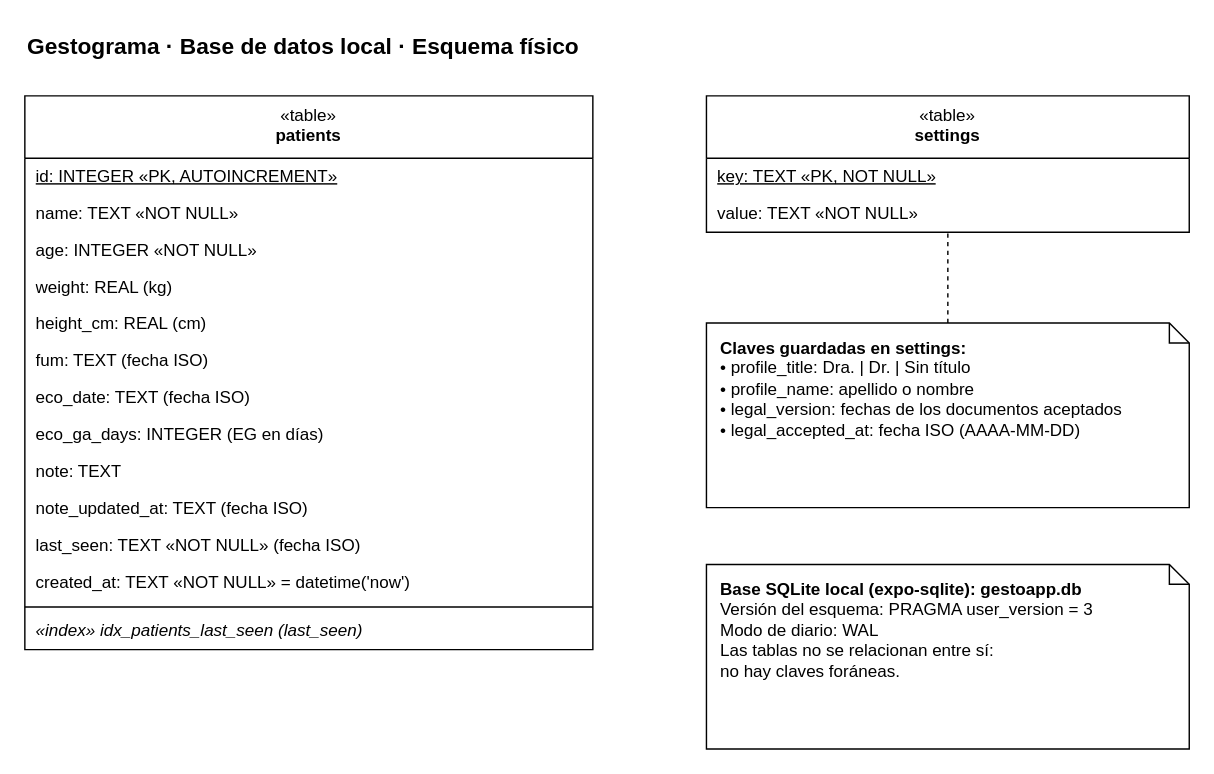
This is page "Esquema físico" (1 of 2) of docs/base-de-datos.drawio from bautistaribotta/gestoapp, a draw.io file, before an edit. Source tidied: cells renumbered, new cells numbered last; positions are measured from the earlier drawing's top-left corner, leaving out a move shared by most shapes. Both pictures are drawn from the tidied source at 142%, with x=0, y=0 at pixel (24, 24).
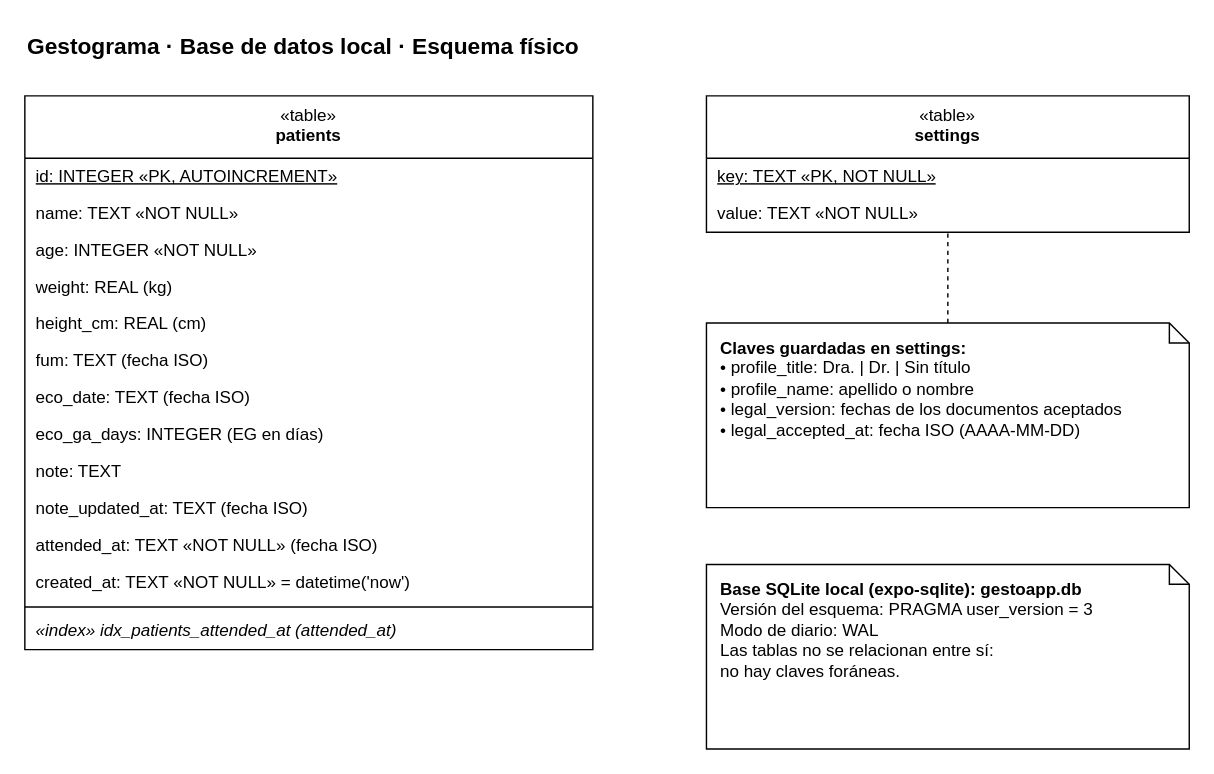
The same page after the edit.

Commit message (it also covers changes not shown here):
Renombro last_seen a attended_at: la fecha en que se atendió a la paciente

The change refers to these unchanged cells:
```xml
<mxCell id="3" value="«table»&lt;br&gt;&lt;b&gt;patients&lt;/b&gt;" style="swimlane;fontStyle=0;align=center;verticalAlign=top;horizontal=1;startSize=44;html=1;whiteSpace=wrap;" parent="1" vertex="1">
  <mxGeometry y="50" width="400" height="390" as="geometry" />
</mxCell>
```

Diff of the diagram source:
```diff
@@
-    <mxCell id="14" value="last_seen: TEXT «NOT NULL»  (fecha ISO)" style="text;strokeColor=none;fillColor=none;align=left;verticalAlign=middle;spacingLeft=6;spacingRight=4;overflow=hidden;html=1;whiteSpace=wrap;" parent="3" vertex="1">
+    <mxCell id="14" value="attended_at: TEXT «NOT NULL»  (fecha ISO)" style="text;strokeColor=none;fillColor=none;align=left;verticalAlign=middle;spacingLeft=6;spacingRight=4;overflow=hidden;html=1;whiteSpace=wrap;" parent="3" vertex="1">
       <mxGeometry y="304" width="400" height="26" as="geometry" />
     </mxCell>
@@
-    <mxCell id="17" value="«index» idx_patients_last_seen (last_seen)" style="text;strokeColor=none;fillColor=none;align=left;verticalAlign=middle;spacingLeft=6;spacingRight=4;overflow=hidden;html=1;whiteSpace=wrap;fontStyle=2;" parent="3" vertex="1">
+    <mxCell id="17" value="«index» idx_patients_attended_at (attended_at)" style="text;strokeColor=none;fillColor=none;align=left;verticalAlign=middle;spacingLeft=6;spacingRight=4;overflow=hidden;html=1;whiteSpace=wrap;fontStyle=2;" parent="3" vertex="1">
       <mxGeometry y="364" width="400" height="26" as="geometry" />
     </mxCell>
```
